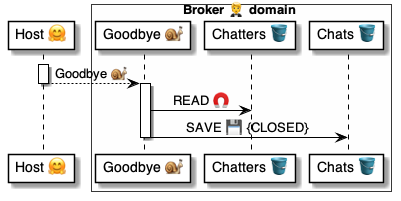
This is 4 ⚙️ Solution/20 🧑‍🦰 UI/Brokers 🤵/🤵📨 Broker msgs/Chats 💬 Goodbye 🤗🐌🤵/🤵 Goodbye ⚙️ uml.png from pollyweb-org/pollyweb-docs, a PlantUML export, as it was before one commit. Its source is kept beside it as 4 ⚙️ Solution/20 🧑‍🦰 UI/Brokers 🤵/🤵📨 Broker msgs/Chats 💬 Goodbye 🤗🐌🤵/🤵 Goodbye ⚙️ uml.puml.
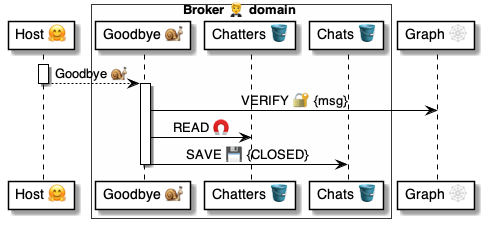
Above is the later version.

Diff of the diagram source:
```diff
@@ -1,12 +1,12 @@
 @startuml Goodbye
 
 participant "Host 🤗" as host
-
 box Broker 🤵 domain #FFFFFA
     participant "Goodbye 🐌" as broker
     participant "Chatters 🪣" as chatters
     participant "Chats 🪣" as chats
 end box
+participant "Graph 🕸" as graph
 
 
 activate host
@@ -14,6 +14,7 @@
 deactivate host
 
 activate broker
+    broker -> graph: VERIFY 🔐 {msg}
     broker -> chatters: READ 🧲
     broker -> chats: SAVE 💾 {CLOSED}
 deactivate broker
```
